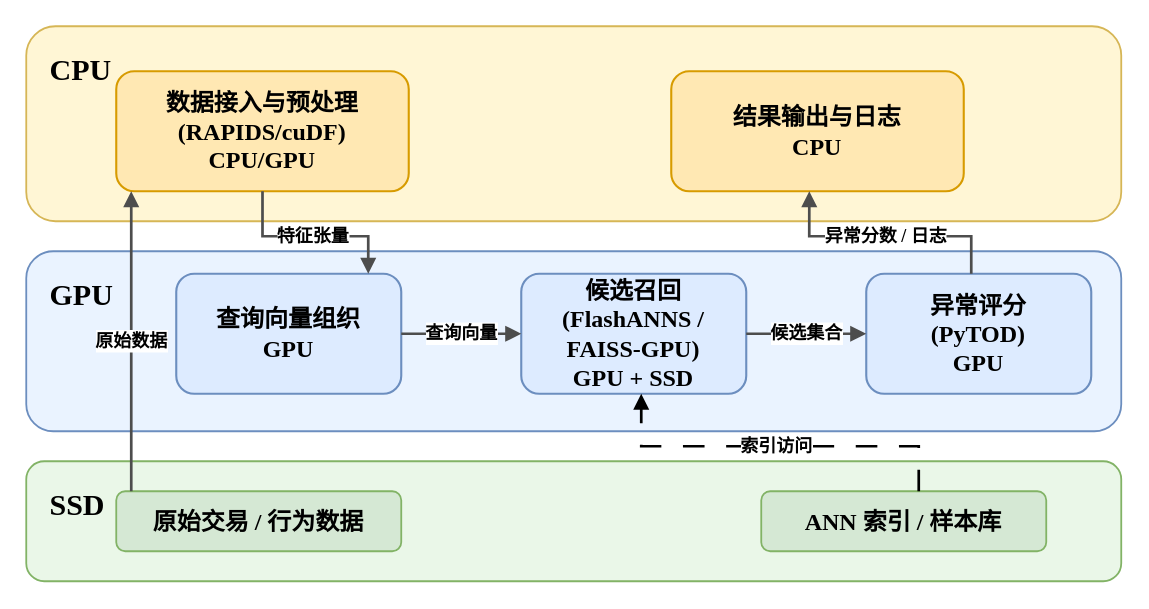
Earlier version of the draw.io diagram figures/fig4_1_single_gpu_system_architecture.drawio (HuangEven/latex-template). Source tidied: cells renumbered, new cells numbered last; positions are measured from the earlier drawing's top-left corner, leaving out a move shared by most shapes. Both pictures are drawn from the tidied source at 150%, with x=0, y=0 at pixel (26, 26).
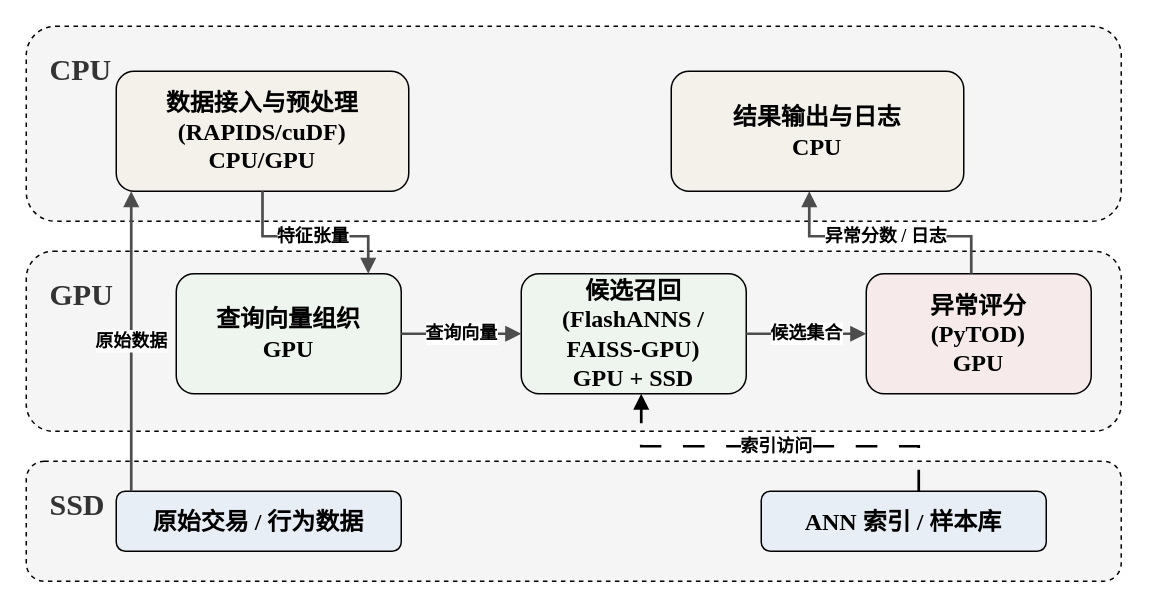
Above is the later version.

What changed in the source:
```diff
@@
-    <mxCell id="2" value="CPU" style="rounded=1;whiteSpace=wrap;html=1;align=left;verticalAlign=top;spacingLeft=14;spacingTop=10;fontStyle=1;fontSize=20;fillColor=#FFF6D5;strokeColor=#D6B656;strokeWidth=1.2;fontFamily=Times New Roman;fontColor=#000000;" parent="1" vertex="1">
+    <mxCell id="2" value="CPU" style="rounded=1;whiteSpace=wrap;html=1;align=left;verticalAlign=top;spacingLeft=14;spacingTop=10;fontStyle=1;fontSize=20;fillColor=#f5f5f5;strokeColor=#000000;strokeWidth=1;fontFamily=Times New Roman;fontColor=#333333;dashed=1;" parent="1" vertex="1">
       <mxGeometry width="730" height="130" as="geometry" />
     </mxCell>
-    <mxCell id="3" value="GPU" style="rounded=1;whiteSpace=wrap;html=1;align=left;verticalAlign=top;spacingLeft=14;spacingTop=10;fontStyle=1;fontSize=20;fillColor=#EAF3FF;strokeColor=#6C8EBF;strokeWidth=1.2;fontFamily=Times New Roman;fontColor=#000000;" parent="1" vertex="1">
+    <mxCell id="3" value="GPU" style="rounded=1;whiteSpace=wrap;html=1;align=left;verticalAlign=top;spacingLeft=14;spacingTop=10;fontStyle=1;fontSize=20;fillColor=#f5f5f5;strokeColor=#000000;strokeWidth=1;fontFamily=Times New Roman;fontColor=#333333;dashed=1;" parent="1" vertex="1">
       <mxGeometry y="150" width="730" height="120" as="geometry" />
     </mxCell>
-    <mxCell id="4" value="SSD" style="rounded=1;whiteSpace=wrap;html=1;align=left;verticalAlign=top;spacingLeft=14;spacingTop=10;fontStyle=1;fontSize=20;fillColor=#EAF7E8;strokeColor=#82B366;strokeWidth=1.2;fontFamily=Times New Roman;fontColor=#000000;" parent="1" vertex="1">
+    <mxCell id="4" value="SSD" style="rounded=1;whiteSpace=wrap;html=1;align=left;verticalAlign=top;spacingLeft=14;spacingTop=10;fontStyle=1;fontSize=20;fillColor=#f5f5f5;strokeColor=#000000;strokeWidth=1;fontFamily=Times New Roman;fontColor=#333333;dashed=1;" parent="1" vertex="1">
       <mxGeometry y="290" width="730" height="80" as="geometry" />
     </mxCell>
-    <mxCell id="5" value="&lt;span&gt;数据接入与预处理&lt;/span&gt;&lt;br&gt;(RAPIDS/cuDF)&lt;br&gt;&lt;font&gt;CPU/GPU&lt;/font&gt;" style="rounded=1;whiteSpace=wrap;html=1;align=center;verticalAlign=middle;fontSize=16;fillColor=#FFE8B3;strokeColor=#D79B00;strokeWidth=1.4;fontFamily=Times New Roman;rotation=0;fontColor=#000000;fontStyle=1;" parent="1" vertex="1">
+    <mxCell id="5" value="&lt;span&gt;数据接入与预处理&lt;/span&gt;&lt;br&gt;(RAPIDS/cuDF)&lt;br&gt;&lt;font&gt;CPU/GPU&lt;/font&gt;" style="rounded=1;whiteSpace=wrap;html=1;align=center;verticalAlign=middle;fontSize=16;fillColor=#F4F1EA;strokeColor=#000000;strokeWidth=1;fontFamily=Times New Roman;rotation=0;fontColor=#000000;fontStyle=1;" parent="1" vertex="1">
       <mxGeometry x="60" y="30" width="195" height="80" as="geometry" />
     </mxCell>
-    <mxCell id="6" value="&lt;span&gt;结果输出与日志&lt;/span&gt;&lt;br&gt;&lt;font&gt;CPU&lt;/font&gt;" style="rounded=1;whiteSpace=wrap;html=1;align=center;verticalAlign=middle;fontSize=16;fillColor=#FFE8B3;strokeColor=#D79B00;strokeWidth=1.4;fontFamily=Times New Roman;rotation=0;fontColor=#000000;fontStyle=1;" parent="1" vertex="1">
+    <mxCell id="6" value="&lt;span&gt;结果输出与日志&lt;/span&gt;&lt;br&gt;&lt;font&gt;CPU&lt;/font&gt;" style="rounded=1;whiteSpace=wrap;html=1;align=center;verticalAlign=middle;fontSize=16;fillColor=#F4F1EA;strokeColor=#000000;strokeWidth=1;fontFamily=Times New Roman;rotation=0;fontColor=#000000;fontStyle=1;" parent="1" vertex="1">
       <mxGeometry x="430" y="30" width="195" height="80" as="geometry" />
     </mxCell>
-    <mxCell id="7" value="&lt;span&gt;查询向量组织&lt;/span&gt;&lt;br&gt;&lt;font&gt;GPU&lt;/font&gt;" style="rounded=1;whiteSpace=wrap;html=1;align=center;verticalAlign=middle;fontSize=16;fillColor=#DDEBFF;strokeColor=#6C8EBF;strokeWidth=1.4;fontFamily=Times New Roman;fontColor=#000000;fontStyle=1;rotation=0;" parent="1" vertex="1">
+    <mxCell id="7" value="&lt;span&gt;查询向量组织&lt;/span&gt;&lt;br&gt;&lt;font&gt;GPU&lt;/font&gt;" style="rounded=1;whiteSpace=wrap;html=1;align=center;verticalAlign=middle;fontSize=16;fillColor=#EEF5EE;strokeColor=#000000;strokeWidth=1;fontFamily=Times New Roman;fontColor=#000000;fontStyle=1;rotation=0;" parent="1" vertex="1">
       <mxGeometry x="100" y="165" width="150" height="80" as="geometry" />
     </mxCell>
-    <mxCell id="8" value="&lt;span&gt;候选召回&lt;/span&gt;&lt;br&gt;(FlashANNS / FAISS-GPU)&lt;br&gt;&lt;font&gt;GPU + SSD&lt;/font&gt;" style="rounded=1;whiteSpace=wrap;html=1;align=center;verticalAlign=middle;fontSize=16;fillColor=#DDEBFF;strokeColor=#6C8EBF;strokeWidth=1.4;fontFamily=Times New Roman;fontColor=#000000;fontStyle=1;rotation=0;" parent="1" vertex="1">
+    <mxCell id="8" value="&lt;span&gt;候选召回&lt;/span&gt;&lt;br&gt;(FlashANNS / FAISS-GPU)&lt;br&gt;&lt;font&gt;GPU + SSD&lt;/font&gt;" style="rounded=1;whiteSpace=wrap;html=1;align=center;verticalAlign=middle;fontSize=16;fillColor=#EEF5EE;strokeColor=#000000;strokeWidth=1;fontFamily=Times New Roman;fontColor=#000000;fontStyle=1;rotation=0;" parent="1" vertex="1">
       <mxGeometry x="330" y="165" width="150" height="80" as="geometry" />
     </mxCell>
-    <mxCell id="9" value="&lt;span&gt;异常评分&lt;/span&gt;&lt;br&gt;(PyTOD)&lt;br&gt;&lt;font&gt;GPU&lt;/font&gt;" style="rounded=1;whiteSpace=wrap;html=1;align=center;verticalAlign=middle;fontSize=16;fillColor=#DDEBFF;strokeColor=#6C8EBF;strokeWidth=1.4;fontFamily=Times New Roman;fontColor=#000000;fontStyle=1;rotation=0;" parent="1" vertex="1">
+    <mxCell id="9" value="&lt;span&gt;异常评分&lt;/span&gt;&lt;br&gt;(PyTOD)&lt;br&gt;&lt;font&gt;GPU&lt;/font&gt;" style="rounded=1;whiteSpace=wrap;html=1;align=center;verticalAlign=middle;fontSize=16;fillColor=#F6EAEA;strokeColor=#000000;strokeWidth=1;fontFamily=Times New Roman;fontColor=#000000;fontStyle=1;rotation=0;" parent="1" vertex="1">
       <mxGeometry x="560" y="165" width="150" height="80" as="geometry" />
     </mxCell>
-    <mxCell id="10" value="原始交易 / 行为数据" style="rounded=1;whiteSpace=wrap;html=1;align=center;verticalAlign=middle;fontSize=16;fillColor=#D5E8D4;strokeColor=#82B366;strokeWidth=1.2;fontFamily=Times New Roman;fontColor=#000000;fontStyle=1;" parent="1" vertex="1">
+    <mxCell id="10" value="原始交易 / 行为数据" style="rounded=1;whiteSpace=wrap;html=1;align=center;verticalAlign=middle;fontSize=16;fillColor=#E8EEF5;strokeColor=#000000;strokeWidth=1;fontFamily=Times New Roman;fontColor=#000000;fontStyle=1;" parent="1" vertex="1">
       <mxGeometry x="60" y="310" width="190" height="40" as="geometry" />
     </mxCell>
-    <mxCell id="11" value="ANN 索引 / 样本库" style="rounded=1;whiteSpace=wrap;html=1;align=center;verticalAlign=middle;fontSize=16;fillColor=#D5E8D4;strokeColor=#82B366;strokeWidth=1.2;fontFamily=Times New Roman;fontColor=#000000;fontStyle=1;" parent="1" vertex="1">
+    <mxCell id="11" value="ANN 索引 / 样本库" style="rounded=1;whiteSpace=wrap;html=1;align=center;verticalAlign=middle;fontSize=16;fillColor=#E8EEF5;strokeColor=#000000;strokeWidth=1;fontFamily=Times New Roman;fontColor=#000000;fontStyle=1;" parent="1" vertex="1">
       <mxGeometry x="490" y="310" width="190" height="40" as="geometry" />
     </mxCell>
```
